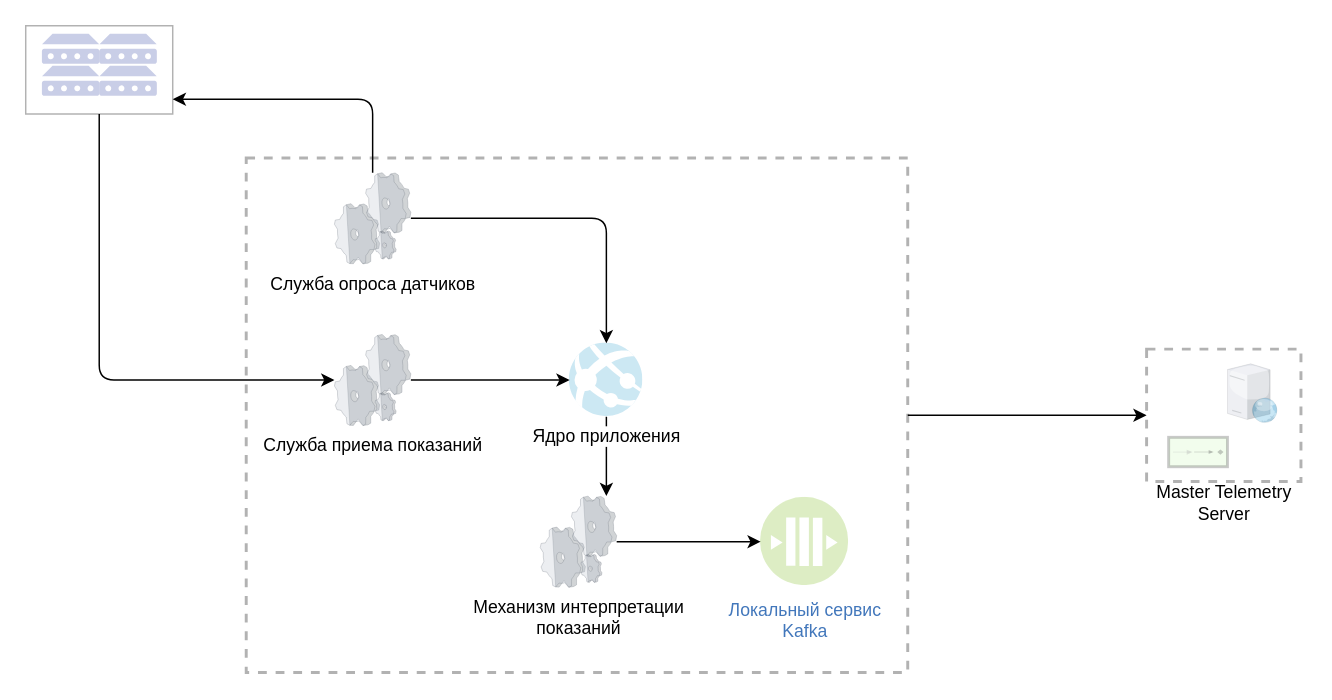
The draw.io diagram page "TelemetryLocal" (5 of 9) of ST.Telemetry.drawio in aaf1974/ProjectDiagram, before the edit. Source tidied: cells renumbered, new cells numbered last; positions are measured from the earlier drawing's top-left corner, leaving out a move shared by most shapes. Both pictures are drawn from the tidied source at 147%, with x=0, y=0 at pixel (25, 25).
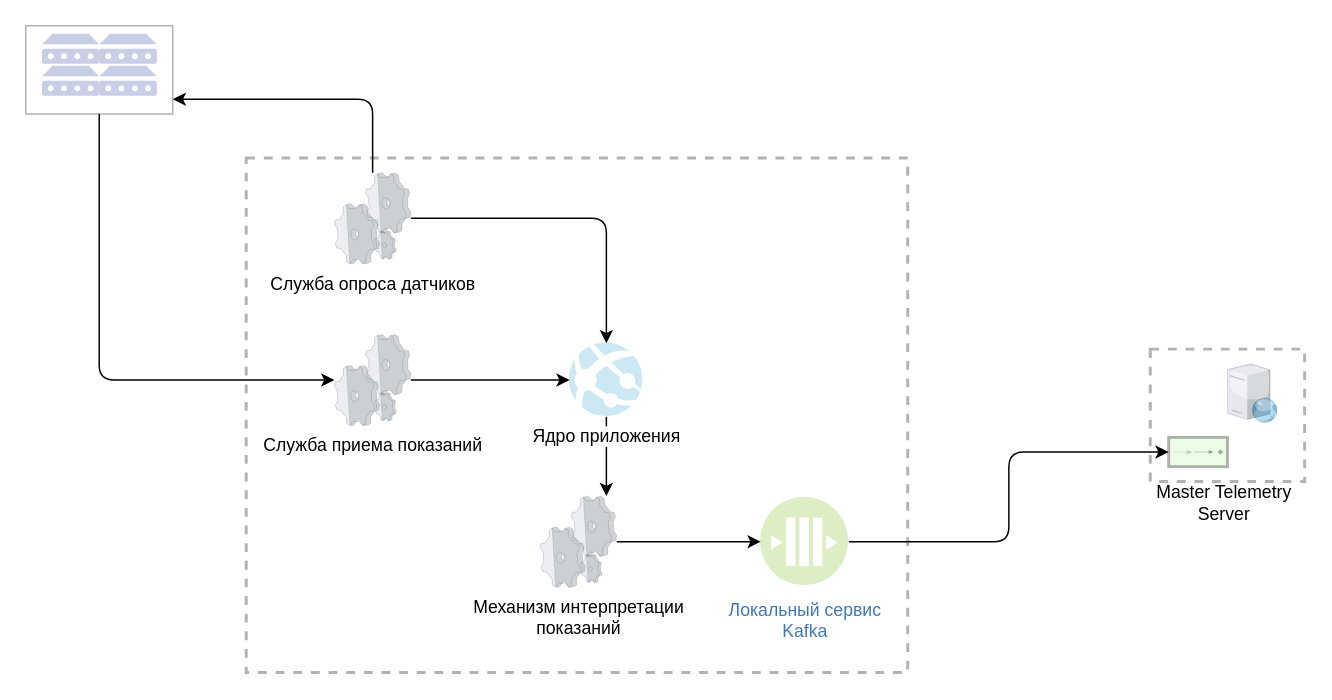
After the change.

Unchanged cells that the change refers to:
```xml
<mxCell id="3" style="rounded=0;whiteSpace=wrap;html=1;dashed=1;sketch=0;strokeWidth=2;opacity=30;" parent="1" vertex="1">
  <mxGeometry x="150" y="90" width="450" height="350" as="geometry" />
</mxCell>
<mxCell id="20" value="Локальный сервис&lt;br&gt;Kafka" style="perimeter=ellipsePerimeter;html=1;align=center;shadow=0;dashed=0;fontColor=#4277BB;labelBackgroundColor=#ffffff;fontSize=12;spacingTop=3;image;image=img/lib/ibm/blockchain/message_bus.svg;strokeWidth=5;gradientColor=none;opacity=30;rounded=0;sketch=0;" parent="1" vertex="1">
  <mxGeometry x="500" y="321" width="60" height="60" as="geometry" />
</mxCell>
```

What changed in the source:
```diff
@@
-    <mxCell id="2" style="edgeStyle=orthogonalEdgeStyle;curved=0;rounded=1;sketch=0;jettySize=auto;html=1;strokeWidth=1;" parent="1" edge="1" source="3" target="24">
-      <mxGeometry relative="1" as="geometry" />
-    </mxCell>
+    <mxCell id="24" style="rounded=0;whiteSpace=wrap;html=1;dashed=1;sketch=0;strokeWidth=2;opacity=30;" parent="1" vertex="1">
+      <mxGeometry x="765" y="220" width="105" height="90" as="geometry" />
+    </mxCell>
@@
+    <mxCell id="26" style="edgeStyle=orthogonalEdgeStyle;curved=0;rounded=1;sketch=0;jettySize=auto;html=1;strokeWidth=1;entryX=0;entryY=0.5;entryDx=0;entryDy=0;entryPerimeter=0;" parent="1" edge="1" source="20" target="23">
+      <mxGeometry relative="1" as="geometry" />
+    </mxCell>
@@
-    <mxCell id="21" style="group;" parent="1" vertex="1">
-      <mxGeometry x="760" y="220" width="110" height="120" as="geometry" />
-    </mxCell>
-    <mxCell id="22" style="verticalLabelPosition=bottom;html=1;verticalAlign=top;strokeColor=none;align=center;shape=mxgraph.citrix.web_server;gradientColor=none;opacity=30;" parent="21" vertex="1">
-      <mxGeometry x="57.5" y="10" width="34" height="40" as="geometry" />
+    <mxCell id="22" style="verticalLabelPosition=bottom;html=1;verticalAlign=top;strokeColor=none;align=center;shape=mxgraph.citrix.web_server;gradientColor=none;opacity=30;" parent="1" vertex="1">
+      <mxGeometry x="817.5" y="230" width="34" height="40" as="geometry" />
     </mxCell>
-    <mxCell id="23" style="fillColor=#c0f5a9;dashed=0;outlineConnect=0;strokeWidth=2;html=1;align=center;fontSize=8;verticalLabelPosition=bottom;verticalAlign=top;shape=mxgraph.eip.event_driven_consumer;opacity=30;rounded=0;sketch=0;" parent="21" vertex="1">
-      <mxGeometry x="17.5" y="60" width="40" height="20" as="geometry" />
+    <mxCell id="23" style="fillColor=#c0f5a9;dashed=0;outlineConnect=0;strokeWidth=2;html=1;align=center;fontSize=8;verticalLabelPosition=bottom;verticalAlign=top;shape=mxgraph.eip.event_driven_consumer;opacity=30;rounded=0;sketch=0;" parent="1" vertex="1">
+      <mxGeometry x="777.5" y="280" width="40" height="20" as="geometry" />
     </mxCell>
-    <mxCell id="24" style="rounded=0;whiteSpace=wrap;html=1;dashed=1;sketch=0;strokeWidth=2;opacity=30;" parent="21" vertex="1">
-      <mxGeometry x="2.5" width="105" height="90" as="geometry" />
-    </mxCell>
-    <mxCell id="25" value="Master Telemetry&lt;br&gt;Server" style="text;html=1;align=center;verticalAlign=middle;strokeColor=none;" parent="21" vertex="1">
-      <mxGeometry y="90" width="110" height="30" as="geometry" />
+    <mxCell id="25" value="Master Telemetry&lt;br&gt;Server" style="text;html=1;align=center;verticalAlign=middle;strokeColor=none;" parent="1" vertex="1">
+      <mxGeometry x="760" y="310" width="110" height="30" as="geometry" />
     </mxCell>
```
